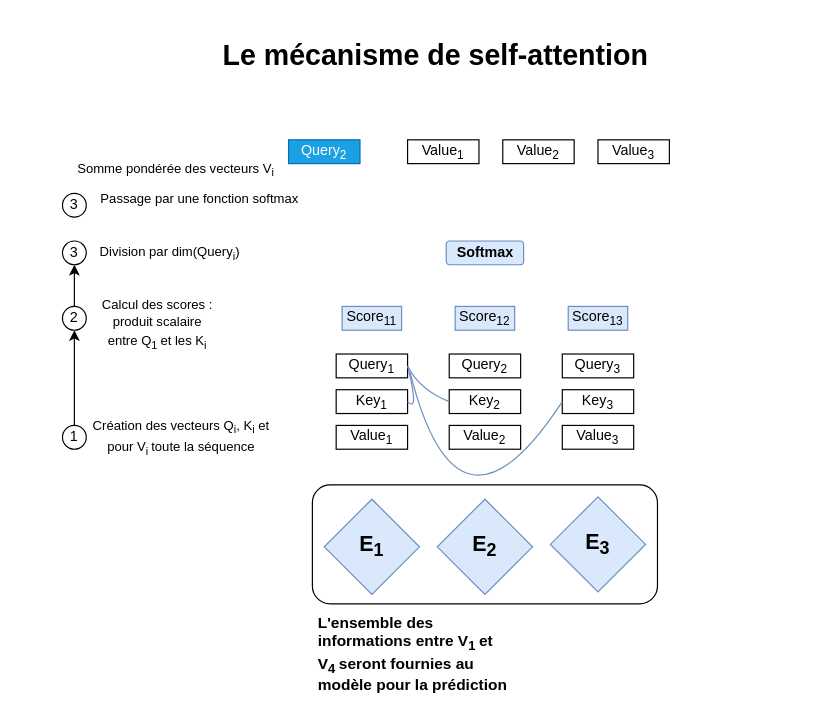
Basso42/BEHRT keeps this draw.io diagram as Attention_mechanism.drawio. Above is the earlier version. Source tidied: cells renumbered, new cells numbered last; positions are measured from the earlier drawing's top-left corner, leaving out a move shared by most shapes. Both pictures are drawn from the tidied source at 119%, with x=0, y=0 at pixel (62, 32). Pictures stored in the file or linked from it are replaced by grey dashed boxes.
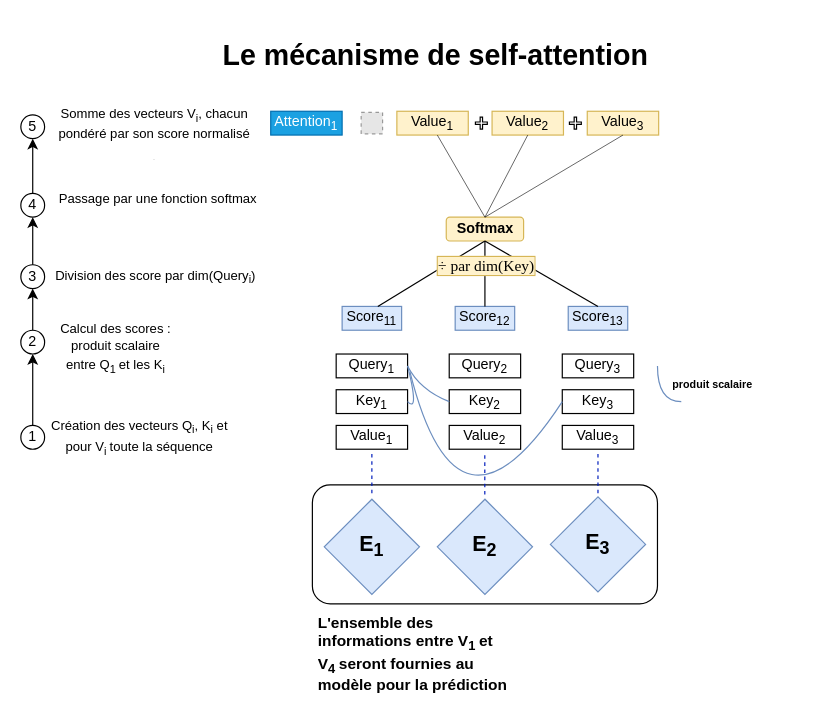
After the change.

Commit message:
Mettre à jour Attention_mechanism.drawio

Unchanged cells that the change refers to:
```xml
<mxCell id="34" value="Score&lt;sub&gt;12&lt;/sub&gt;" style="rounded=0;whiteSpace=wrap;html=1;fillColor=#dae8fc;strokeColor=#6c8ebf;" parent="1" vertex="1">
  <mxGeometry x="330" y="230" width="50" height="20" as="geometry" />
</mxCell>
```

Change to the diagram source:
```diff
@@
     <mxCell id="22" value="1" style="ellipse;whiteSpace=wrap;html=1;fillColor=default;" parent="1" vertex="1">
-      <mxGeometry y="330" width="20" height="20" as="geometry" />
+      <mxGeometry x="-35" y="330" width="20" height="20" as="geometry" />
     </mxCell>
     <mxCell id="23" value="2" style="ellipse;whiteSpace=wrap;html=1;fillColor=default;" parent="1" vertex="1">
-      <mxGeometry y="230" width="20" height="20" as="geometry" />
+      <mxGeometry x="-35" y="250" width="20" height="20" as="geometry" />
     </mxCell>
     <mxCell id="24" value="&lt;span style=&quot;font-size: 11px;&quot;&gt;Création des vecteurs Q&lt;sub&gt;i&lt;/sub&gt;, K&lt;sub&gt;i&lt;/sub&gt; et pour V&lt;sub&gt;i &lt;/sub&gt;toute la séquence&lt;/span&gt;" style="text;html=1;strokeColor=none;fillColor=none;align=center;verticalAlign=middle;whiteSpace=wrap;rounded=0;" parent="1" vertex="1">
-      <mxGeometry x="20" y="325" width="160" height="30" as="geometry" />
+      <mxGeometry x="-15" y="325" width="160" height="30" as="geometry" />
     </mxCell>
     <mxCell id="25" value="&lt;font style=&quot;font-size: 11px;&quot;&gt;Calcul des scores : produit scalaire entre Q&lt;sub&gt;1&lt;/sub&gt;&lt;sup&gt; &lt;/sup&gt;et les K&lt;sub&gt;i&lt;br&gt;&lt;/sub&gt;&lt;/font&gt;" style="text;html=1;strokeColor=none;fillColor=none;align=center;verticalAlign=middle;whiteSpace=wrap;rounded=0;" parent="1" vertex="1">
-      <mxGeometry x="30" y="230" width="100" height="30" as="geometry" />
+      <mxGeometry x="-5" y="250" width="100" height="30" as="geometry" />
     </mxCell>
@@
-    <mxCell id="27" value="&lt;font style=&quot;font-size: 11px;&quot;&gt;Division par dim(Query&lt;sub&gt;i&lt;/sub&gt;)&lt;/font&gt;" style="text;html=1;align=center;verticalAlign=middle;strokeColor=none;fillColor=none;" parent="1" vertex="1">
-      <mxGeometry x="20" y="170" width="140" height="30" as="geometry" />
+    <mxCell id="27" value="&lt;font style=&quot;font-size: 11px;&quot;&gt;Division des score par dim(Query&lt;sub&gt;i&lt;/sub&gt;)&lt;/font&gt;" style="text;html=1;align=center;verticalAlign=middle;strokeColor=none;fillColor=none;" parent="1" vertex="1">
+      <mxGeometry x="-17" y="190" width="190" height="30" as="geometry" />
     </mxCell>
     <mxCell id="28" value="&lt;font style=&quot;font-size: 11px;&quot;&gt;Passage par une fonction softmax&lt;/font&gt;" style="text;html=1;align=center;verticalAlign=middle;strokeColor=none;fillColor=none;" parent="1" vertex="1">
-      <mxGeometry x="20" y="125" width="190" height="30" as="geometry" />
+      <mxGeometry x="-15" y="125" width="190" height="30" as="geometry" />
     </mxCell>
-    <mxCell id="29" value="&lt;font style=&quot;font-size: 11px;&quot;&gt;Somme pondérée des vecteurs V&lt;sub&gt;i&lt;/sub&gt;&lt;/font&gt; " style="text;html=1;align=center;verticalAlign=middle;strokeColor=none;fillColor=none;" parent="1" vertex="1">
-      <mxGeometry y="100" width="190" height="30" as="geometry" />
-    </mxCell>
     <mxCell id="30" value="3" style="ellipse;whiteSpace=wrap;html=1;fillColor=default;" parent="1" vertex="1">
-      <mxGeometry y="175" width="20" height="20" as="geometry" />
+      <mxGeometry x="-35" y="195" width="20" height="20" as="geometry" />
     </mxCell>
@@
+    <mxCell id="40" style="edgeStyle=orthogonalEdgeStyle;rounded=0;jettySize=auto;html=1;exitX=0.5;exitY=0;exitDx=0;exitDy=0;entryX=0.5;entryY=1;entryDx=0;entryDy=0;" parent="1" edge="1" source="32" target="54">
+      <mxGeometry relative="1" as="geometry" />
+    </mxCell>
-    <mxCell id="32" value="3" style="ellipse;whiteSpace=wrap;html=1;fillColor=default;" parent="1" vertex="1">
-      <mxGeometry y="135" width="20" height="20" as="geometry" />
+    <mxCell id="32" value="4" style="ellipse;whiteSpace=wrap;html=1;fillColor=default;" parent="1" vertex="1">
+      <mxGeometry x="-35" y="135" width="20" height="20" as="geometry" />
     </mxCell>
-    <mxCell id="33" value="&lt;b&gt;Softmax&lt;/b&gt;" style="rounded=1;whiteSpace=wrap;html=1;fillColor=#dae8fc;strokeColor=#6c8ebf;" parent="1" vertex="1">
-      <mxGeometry x="322.5" y="175" width="65" height="20" as="geometry" />
+    <mxCell id="33" value="&lt;b&gt;Softmax&lt;/b&gt;" style="rounded=1;whiteSpace=wrap;html=1;fillColor=#fff2cc;strokeColor=#d6b656;" parent="1" vertex="1">
+      <mxGeometry x="322.5" y="155" width="65" height="20" as="geometry" />
     </mxCell>
@@
-    <mxCell id="36" value="Value&lt;sub&gt;1&lt;/sub&gt;" style="rounded=0;whiteSpace=wrap;html=1;" parent="1" vertex="1">
-      <mxGeometry x="290" y="90" width="60" height="20" as="geometry" />
+    <mxCell id="36" value="Value&lt;sub&gt;1&lt;/sub&gt;" style="rounded=0;whiteSpace=wrap;html=1;fillColor=#fff2cc;strokeColor=#d6b656;" parent="1" vertex="1">
+      <mxGeometry x="281" y="66" width="60" height="20" as="geometry" />
     </mxCell>
-    <mxCell id="37" value="Value&lt;sub&gt;3&lt;/sub&gt;" style="rounded=0;whiteSpace=wrap;html=1;" parent="1" vertex="1">
-      <mxGeometry x="450" y="90" width="60" height="20" as="geometry" />
+    <mxCell id="37" value="Value&lt;sub&gt;3&lt;/sub&gt;" style="rounded=0;whiteSpace=wrap;html=1;fillColor=#fff2cc;strokeColor=#d6b656;" parent="1" vertex="1">
+      <mxGeometry x="441" y="66" width="60" height="20" as="geometry" />
     </mxCell>
-    <mxCell id="38" value="Value&lt;sub&gt;2&lt;/sub&gt;" style="rounded=0;whiteSpace=wrap;html=1;" parent="1" vertex="1">
-      <mxGeometry x="370" y="90" width="60" height="20" as="geometry" />
+    <mxCell id="38" value="Value&lt;sub&gt;2&lt;/sub&gt;" style="rounded=0;whiteSpace=wrap;html=1;fillColor=#fff2cc;strokeColor=#d6b656;" parent="1" vertex="1">
+      <mxGeometry x="361" y="66" width="60" height="20" as="geometry" />
     </mxCell>
-    <mxCell id="39" value="Query&lt;sub&gt;2&lt;/sub&gt;" style="rounded=0;whiteSpace=wrap;html=1;fillColor=#1ba1e2;strokeColor=#006EAF;fontColor=#ffffff;" parent="1" vertex="1">
-      <mxGeometry x="190" y="90" width="60" height="20" as="geometry" />
+    <mxCell id="39" value="Attention&lt;sub&gt;1&lt;/sub&gt;" style="rounded=0;whiteSpace=wrap;html=1;fillColor=#1ba1e2;strokeColor=#006EAF;fontColor=#ffffff;" parent="1" vertex="1">
+      <mxGeometry x="175" y="66" width="60" height="20" as="geometry" />
     </mxCell>
+    <mxCell id="41" style="endArrow=none;dashed=1;html=1;rounded=0;fillColor=#0050ef;strokeColor=#001DBC;" parent="1" edge="1">
+      <mxGeometry relative="1" as="geometry">
+        <mxPoint x="260" y="387" as="sourcePoint" />
+        <mxPoint x="260" y="352" as="targetPoint" />
+      </mxGeometry>
+    </mxCell>
+    <mxCell id="42" style="endArrow=none;dashed=1;html=1;rounded=0;fillColor=#0050ef;strokeColor=#001DBC;" parent="1" edge="1">
+      <mxGeometry relative="1" as="geometry">
+        <mxPoint x="354.9" y="388" as="sourcePoint" />
+        <mxPoint x="354.9" y="353" as="targetPoint" />
+      </mxGeometry>
+    </mxCell>
+    <mxCell id="43" style="endArrow=none;dashed=1;html=1;rounded=0;fillColor=#0050ef;strokeColor=#001DBC;" parent="1" edge="1">
+      <mxGeometry relative="1" as="geometry">
+        <mxPoint x="450" y="387" as="sourcePoint" />
+        <mxPoint x="450" y="352" as="targetPoint" />
+      </mxGeometry>
+    </mxCell>
+    <mxCell id="44" style="endArrow=none;html=1;rounded=0;entryX=0.5;entryY=1;entryDx=0;entryDy=0;" parent="1" edge="1" target="33">
+      <mxGeometry relative="1" as="geometry">
+        <mxPoint x="265" y="230" as="sourcePoint" />
+      </mxGeometry>
+    </mxCell>
+    <mxCell id="45" style="endArrow=none;html=1;rounded=0;entryX=0.5;entryY=1;entryDx=0;entryDy=0;" parent="1" edge="1" target="33">
+      <mxGeometry relative="1" as="geometry">
+        <mxPoint x="450" y="230" as="sourcePoint" />
+      </mxGeometry>
+    </mxCell>
+    <mxCell id="46" style="endArrow=none;html=1;rounded=0;entryX=0.5;entryY=1;entryDx=0;entryDy=0;exitX=0.5;exitY=0;exitDx=0;exitDy=0;" parent="1" edge="1" source="34" target="33">
+      <mxGeometry relative="1" as="geometry" />
+    </mxCell>
+    <mxCell id="47" value="&lt;font style=&quot;font-size: 13px; background-color: rgb(255, 242, 204);&quot; face=&quot;Garamond&quot;&gt;÷ par dim(Key)&lt;/font&gt;" style="edgeLabel;html=1;align=center;verticalAlign=middle;labelBorderColor=#D6B656;" parent="46" vertex="1">
+      <mxGeometry x="-0.5" y="-1" relative="1" as="geometry">
+        <mxPoint x="-1" y="-21" as="offset" />
+      </mxGeometry>
+    </mxCell>
+    <mxCell id="48" style="edgeStyle=orthogonalEdgeStyle;rounded=0;jettySize=auto;html=1;exitX=0.5;exitY=0;exitDx=0;exitDy=0;" parent="1" edge="1" source="30">
+      <mxGeometry relative="1" as="geometry">
+        <mxPoint x="-25" y="155" as="targetPoint" />
+      </mxGeometry>
+    </mxCell>
+    <mxCell id="49" style="endArrow=none;html=1;rounded=0;exitX=0.5;exitY=0;exitDx=0;exitDy=0;strokeWidth=0.5;" parent="1" edge="1" source="33">
+      <mxGeometry relative="1" as="geometry">
+        <mxPoint x="315" y="86" as="targetPoint" />
+      </mxGeometry>
+    </mxCell>
+    <mxCell id="50" style="endArrow=none;html=1;rounded=0;exitX=0.5;exitY=0;exitDx=0;exitDy=0;entryX=0.5;entryY=1;entryDx=0;entryDy=0;strokeWidth=0.5;" parent="1" edge="1" source="33" target="38">
+      <mxGeometry relative="1" as="geometry" />
+    </mxCell>
+    <mxCell id="51" style="endArrow=none;html=1;rounded=0;exitX=0.5;exitY=0;exitDx=0;exitDy=0;entryX=0.5;entryY=1;entryDx=0;entryDy=0;strokeWidth=0.5;" parent="1" edge="1" source="33" target="37">
+      <mxGeometry relative="1" as="geometry" />
+    </mxCell>
+    <mxCell id="52" style="shape=cross;whiteSpace=wrap;html=1;" parent="1" vertex="1">
+      <mxGeometry x="347" y="71" width="10" height="10" as="geometry" />
+    </mxCell>
+    <mxCell id="53" style="shape=cross;whiteSpace=wrap;html=1;" parent="1" vertex="1">
+      <mxGeometry x="426" y="71" width="10" height="10" as="geometry" />
+    </mxCell>
+    <mxCell id="54" value="&lt;div&gt;5&lt;/div&gt;" style="ellipse;whiteSpace=wrap;html=1;fillColor=default;" parent="1" vertex="1">
+      <mxGeometry x="-35" y="69" width="20" height="20" as="geometry" />
+    </mxCell>
+    <mxCell id="55" value="&lt;div&gt;&lt;font style=&quot;font-size: 11px;&quot;&gt;Somme des vecteurs V&lt;sub&gt;i&lt;/sub&gt;, chacun pondéré par son score normalisé&lt;br&gt;&lt;/font&gt;&lt;/div&gt;&lt;div&gt;&lt;font style=&quot;font-size: 11px;&quot;&gt;&lt;sub style=&quot;font-size: 1px;&quot;&gt;c&lt;/sub&gt;&lt;/font&gt;&lt;font style=&quot;font-size: 8px;&quot;&gt;&lt;sub&gt;&lt;br&gt;&lt;/sub&gt;&lt;/font&gt;&lt;/div&gt; " style="text;html=1;strokeColor=none;fillColor=none;align=center;verticalAlign=middle;whiteSpace=wrap;rounded=0;" parent="1" vertex="1">
+      <mxGeometry x="-5" y="69" width="165" height="30" as="geometry" />
+    </mxCell>
+    <mxCell id="56" style="fillColor=#E6E6E6;strokeColor=#999999;dashed=1;html=1;verticalAlign=top;verticalLabelPosition=bottom;labelBackgroundColor=#ffffff;" parent="1" vertex="1">
+      <mxGeometry x="251" y="67" width="18" height="18" as="geometry" />
+    </mxCell>
+    <mxCell id="57" style="endArrow=none;html=1;strokeColor=#6c8ebf;fillColor=#dae8fc;curved=1;" parent="1" edge="1">
+      <mxGeometry relative="1" as="geometry">
+        <mxPoint x="500" y="280" as="sourcePoint" />
+        <mxPoint x="520" y="310" as="targetPoint" />
+        <Array as="points">
+          <mxPoint x="500" y="310" />
+        </Array>
+      </mxGeometry>
+    </mxCell>
+    <mxCell id="58" value="&lt;font size=&quot;1&quot;&gt;&lt;b&gt;&lt;font style=&quot;font-size: 9px;&quot;&gt;produit scalaire&lt;/font&gt;&lt;/b&gt;&lt;/font&gt;" style="text;html=1;align=center;verticalAlign=middle;strokeColor=none;fillColor=none;" parent="1" vertex="1">
+      <mxGeometry x="501" y="280" width="90" height="30" as="geometry" />
+    </mxCell>
```
